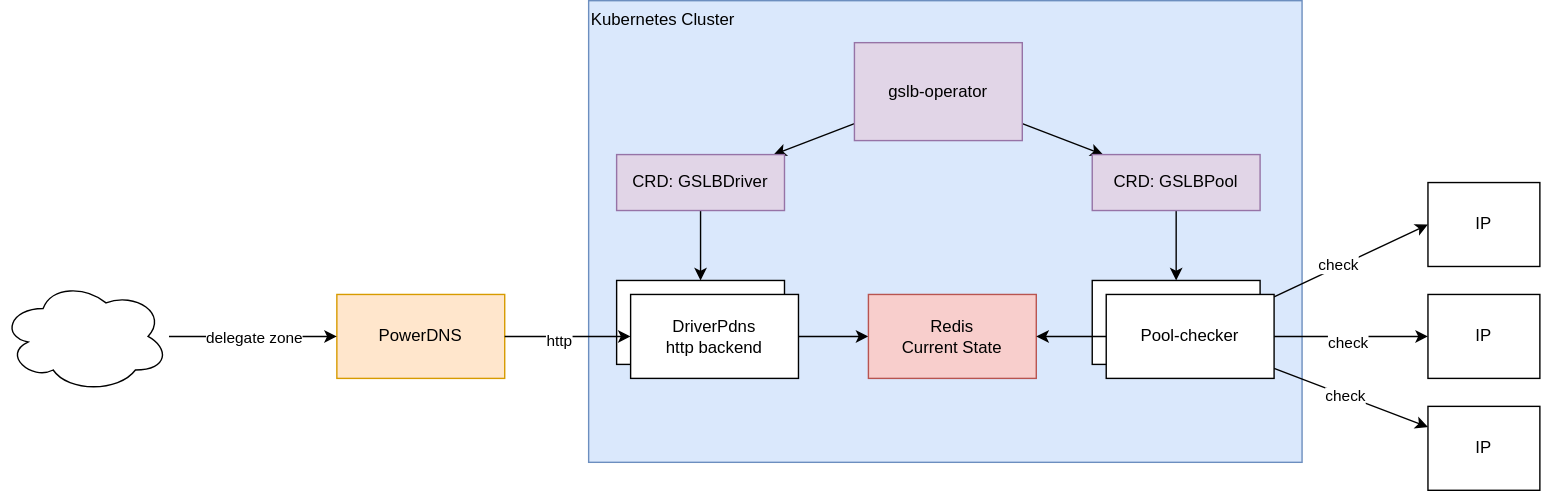
The draw.io diagram docs/components.drawio.svg in kelpi-io/kelpi.io, before a commit. Source tidied: cells renumbered, new cells last; positions are measured from the earlier drawing's top-left corner, leaving out a move shared by most shapes.
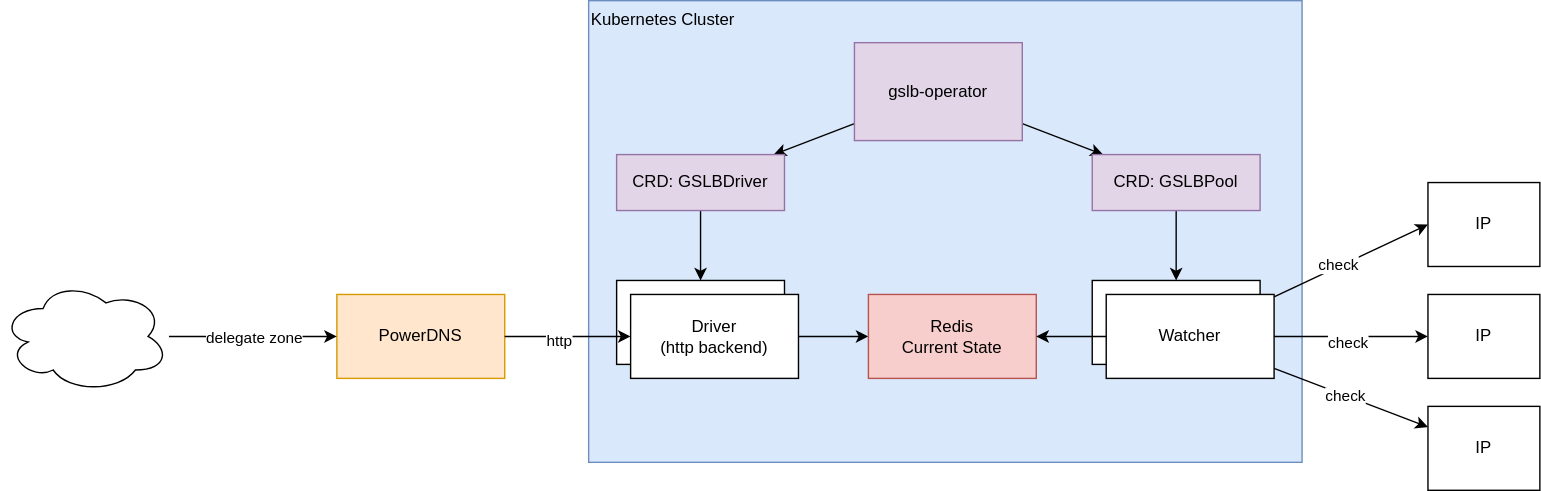
After the commit.

Change to the diagram source:
```diff
@@ -34,7 +34,7 @@
     <mxCell id="11" style="edgeStyle=orthogonalEdgeStyle;rounded=0;jettySize=auto;html=1;" parent="1" edge="1" source="12" target="15">
       <mxGeometry relative="1" as="geometry" />
     </mxCell>
-    <mxCell id="12" value="DriverPdns&lt;div&gt;http backend&lt;/div&gt;" style="rounded=0;whiteSpace=wrap;html=1;" parent="1" vertex="1">
+    <mxCell id="12" value="Driver&lt;br&gt;(http backend)" style="rounded=0;whiteSpace=wrap;html=1;" parent="1" vertex="1">
       <mxGeometry x="450" y="210" width="120" height="60" as="geometry" />
     </mxCell>
     <mxCell id="13" style="edgeStyle=orthogonalEdgeStyle;rounded=0;jettySize=auto;html=1;" parent="1" edge="1" source="3" target="12">
@@ -70,7 +70,7 @@
     <mxCell id="23" value="check" style="edgeLabel;html=1;align=center;verticalAlign=middle;" parent="22" vertex="1">
       <mxGeometry x="-0.09" relative="1" as="geometry" />
     </mxCell>
-    <mxCell id="24" value="Pool-checker" style="rounded=0;whiteSpace=wrap;html=1;" parent="1" vertex="1">
+    <mxCell id="24" value="Watcher" style="rounded=0;whiteSpace=wrap;html=1;" parent="1" vertex="1">
       <mxGeometry x="790" y="210" width="120" height="60" as="geometry" />
     </mxCell>
     <mxCell id="25" style="edgeStyle=orthogonalEdgeStyle;rounded=0;jettySize=auto;html=1;entryX=0.5;entryY=0;entryDx=0;entryDy=0;" parent="1" edge="1" source="26" target="10">
```
